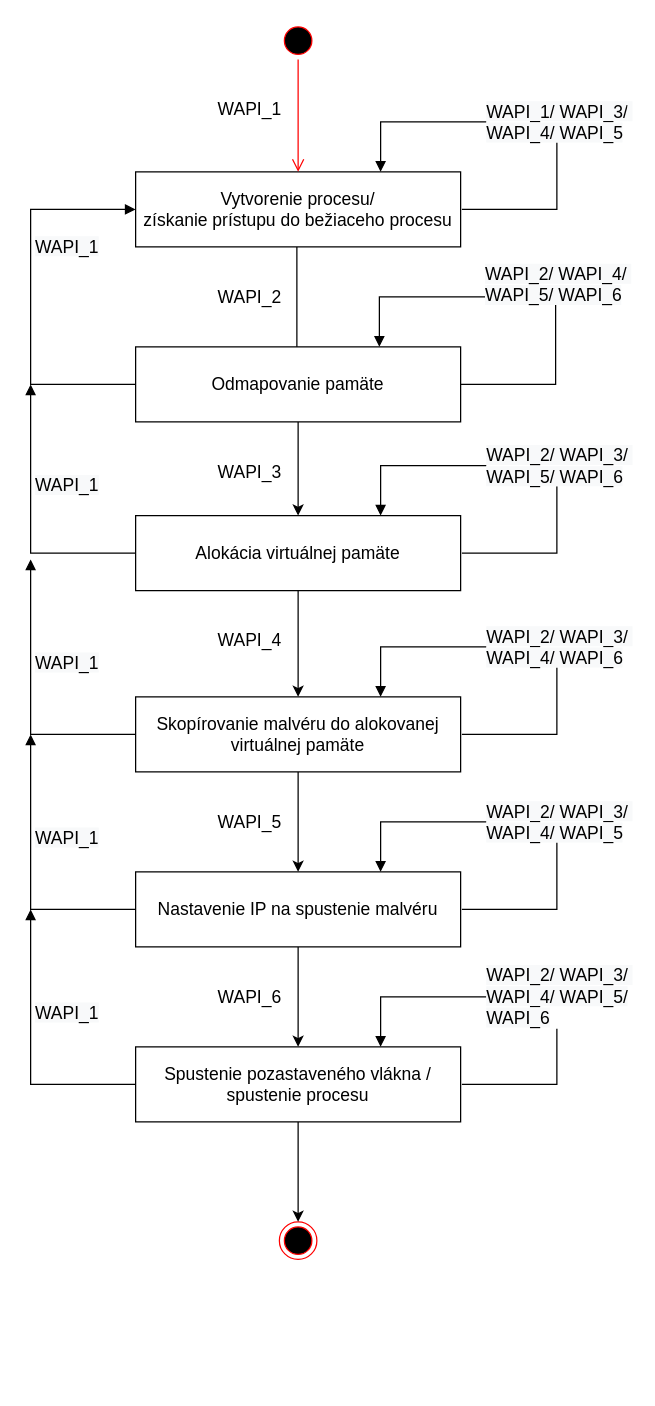
Earlier version of the draw.io diagram img/konecny automat.drawio (Artanis321/Bakalarka). Source tidied: cells renumbered, new cells numbered last; positions are measured from the earlier drawing's top-left corner, leaving out a move shared by most shapes. Both pictures are drawn from the tidied source at 125%, with x=0, y=0 at pixel (30, 21).
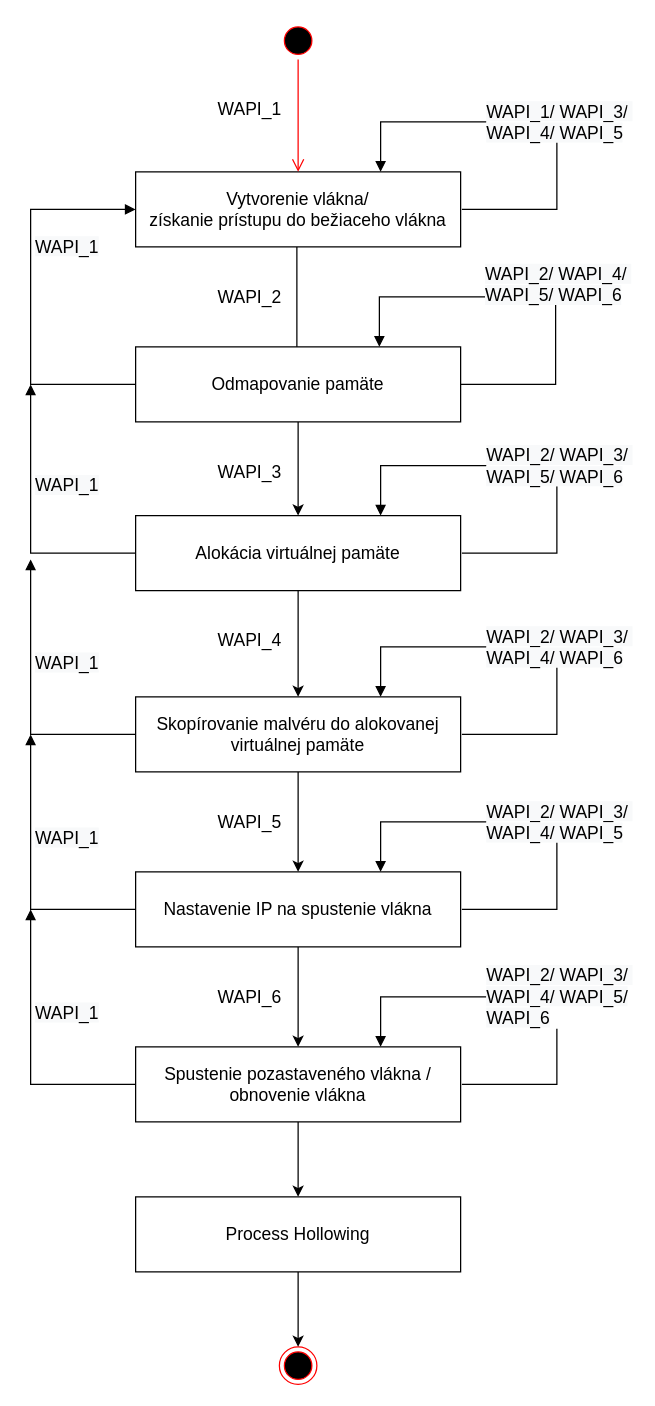
After the change.

The edit, as a diff of the source:
```diff
@@
-    <mxCell id="3" value="&lt;font style=&quot;font-size: 14px&quot;&gt;Vytvorenie procesu/&lt;br&gt;získanie prístupu do bežiaceho procesu&lt;/font&gt;" style="rounded=0;whiteSpace=wrap;html=1;" parent="1" vertex="1">
+    <mxCell id="3" value="&lt;font style=&quot;font-size: 14px&quot;&gt;Vytvorenie vlákna/&lt;br&gt;získanie prístupu do bežiaceho vlákna&lt;/font&gt;" style="rounded=0;whiteSpace=wrap;html=1;" parent="1" vertex="1">
       <mxGeometry x="84" y="120" width="260" height="60" as="geometry" />
     </mxCell>
@@
-    <mxCell id="11" value="&lt;span style=&quot;font-size: 14px&quot;&gt;Nastavenie IP na spustenie malvéru&lt;/span&gt;&lt;span style=&quot;font-size: 14px&quot;&gt;&lt;br&gt;&lt;/span&gt;" style="rounded=0;whiteSpace=wrap;html=1;" parent="1" vertex="1">
+    <mxCell id="11" value="&lt;span style=&quot;font-size: 14px&quot;&gt;Nastavenie IP na spustenie vlákna&lt;/span&gt;&lt;span style=&quot;font-size: 14px&quot;&gt;&lt;br&gt;&lt;/span&gt;" style="rounded=0;whiteSpace=wrap;html=1;" parent="1" vertex="1">
       <mxGeometry x="84" y="680" width="260" height="60" as="geometry" />
     </mxCell>
@@
     <mxCell id="28" style="ellipse;html=1;shape=endState;fillColor=#000000;strokeColor=#ff0000;" parent="1" vertex="1">
-      <mxGeometry x="199" y="960" width="30" height="30" as="geometry" />
+      <mxGeometry x="199" y="1060" width="30" height="30" as="geometry" />
     </mxCell>
-    <mxCell id="29" style="edgeStyle=orthogonalEdgeStyle;rounded=0;jettySize=auto;html=1;" parent="1" edge="1" source="30">
-      <mxGeometry relative="1" as="geometry">
-        <mxPoint x="214" y="960" as="targetPoint" />
-      </mxGeometry>
-    </mxCell>
+    <mxCell id="34" style="edgeStyle=orthogonalEdgeStyle;rounded=0;jettySize=auto;html=1;entryX=0.5;entryY=0;entryDx=0;entryDy=0;" parent="1" edge="1" source="30" target="36">
+      <mxGeometry relative="1" as="geometry" />
+    </mxCell>
-    <mxCell id="30" value="&lt;span style=&quot;font-size: 14px&quot;&gt;Spustenie pozastaveného vlákna /&lt;br&gt;spustenie procesu&lt;br&gt;&lt;/span&gt;" style="rounded=0;whiteSpace=wrap;html=1;" parent="1" vertex="1">
+    <mxCell id="30" value="&lt;span style=&quot;font-size: 14px&quot;&gt;Spustenie pozastaveného vlákna /&lt;br&gt;obnovenie vlákna&lt;br&gt;&lt;/span&gt;" style="rounded=0;whiteSpace=wrap;html=1;" parent="1" vertex="1">
       <mxGeometry x="84" y="820" width="260" height="60" as="geometry" />
     </mxCell>
@@
+    <mxCell id="35" style="edgeStyle=orthogonalEdgeStyle;rounded=0;jettySize=auto;html=1;entryX=0.5;entryY=0;entryDx=0;entryDy=0;" parent="1" edge="1" source="36" target="28">
+      <mxGeometry relative="1" as="geometry" />
+    </mxCell>
+    <mxCell id="36" value="&lt;span style=&quot;font-size: 14px&quot;&gt;Process Hollowing&lt;br&gt;&lt;/span&gt;" style="rounded=0;whiteSpace=wrap;html=1;" parent="1" vertex="1">
+      <mxGeometry x="84" y="940" width="260" height="60" as="geometry" />
+    </mxCell>
```
